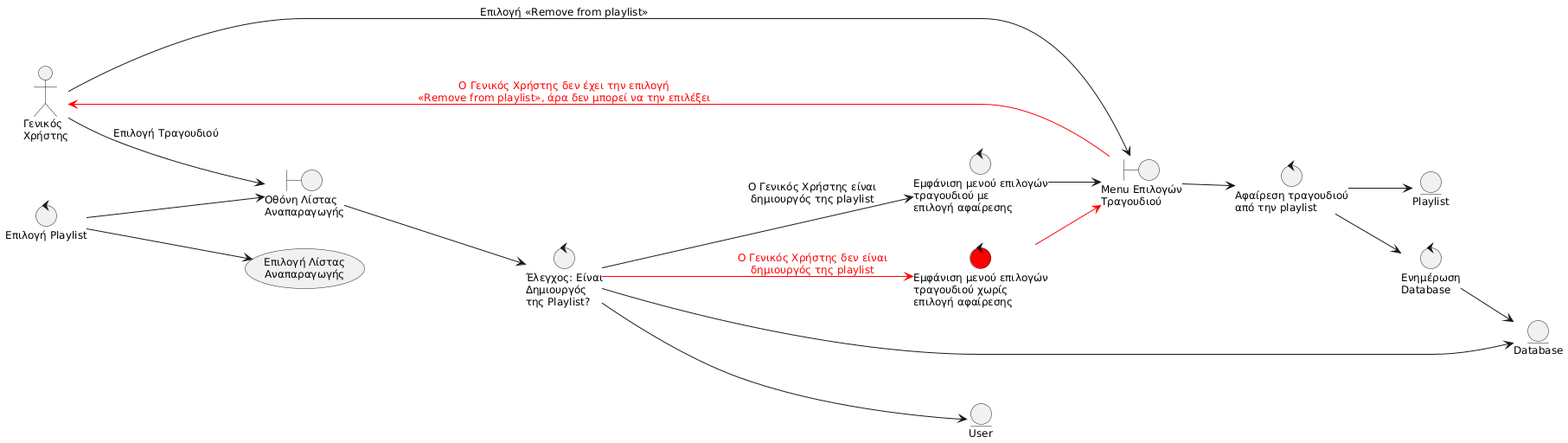
Before: Paradoteo_4/Robustness-diagrams-v0.3/5. Remove from playlist.png, a diagram exported from PlantUML (RubenKingCP/Tunix).
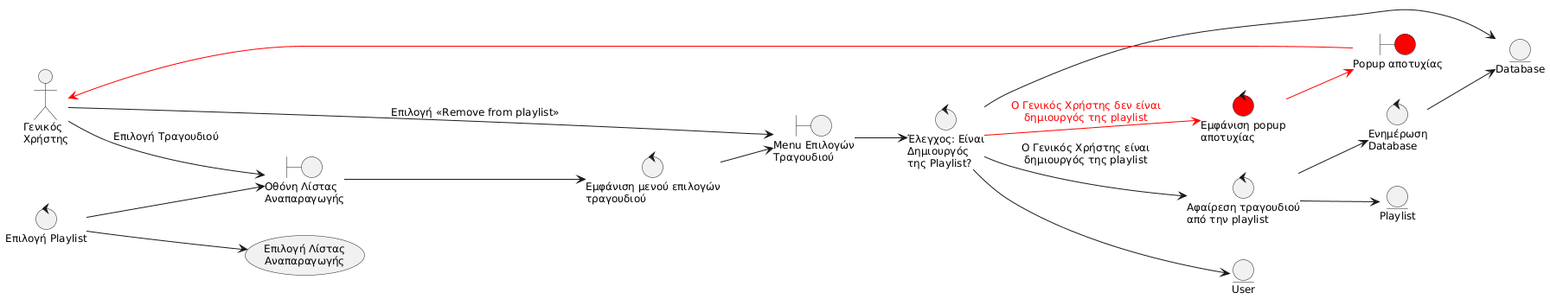
The same diagram one commit later.

What changed in the source:
```diff
@@ -6,13 +6,14 @@
 
 boundary "Οθόνη Λίστας\nΑναπαραγωγής" as B_PL
 boundary "Menu Επιλογών\nΤραγουδιού" as B_SGM
+boundary "Popup αποτυχίας" as B_ERR #red
 
 control "Επιλογή Playlist" as C_PSEL
 control "Έλεγχος: Είναι\nΔημιουργός\nτης Playlist?" as C_ISC
-control "Εμφάνιση μενού επιλογών\nτραγουδιού με\nεπιλογή αφαίρεσης" as C_WRM
+control "Εμφάνιση μενού επιλογών\nτραγουδιού" as C_WRM
 control "Αφαίρεση τραγουδιού\nαπό την playlist" as C_RM
 control "Ενημέρωση\nDatabase" as C_UPDB
-control "Εμφάνιση μενού επιλογών\nτραγουδιού χωρίς\nεπιλογή αφαίρεσης" as C_WORM #red
+control "Εμφάνιση popup\nαποτυχίας" as C_ERR #red
 
 entity "Database" as E_DB
 entity "Playlist" as E_PL
@@ -23,17 +24,17 @@
 C_PSEL --> UC_PSEL
 C_PSEL --> B_PL
 GX --> B_PL : "Επιλογή Τραγουδιού"
-B_PL --> C_ISC
+B_PL --> C_WRM
 C_ISC --> E_DB
 C_ISC --> E_USR
-C_ISC --> C_WRM : Ο Γενικός Χρήστης είναι\nδημιουργός της playlist
+C_ISC --> C_RM : Ο Γενικός Χρήστης είναι\nδημιουργός της playlist
 C_WRM --> B_SGM
 GX --> B_SGM : Επιλογή <<Remove from playlist>>
-B_SGM --> C_RM
+B_SGM --> C_ISC
 C_RM --> E_PL
 C_RM --> C_UPDB
 C_UPDB --> E_DB
-C_ISC -[#red]-> C_WORM : <font color="red">Ο Γενικός Χρήστης δεν είναι</font>\n<font color="red">δημιουργός της playlist</font>
-C_WORM -[#red]-> B_SGM
-B_SGM -[#red]-> GX : <font color="red">Ο Γενικός Χρήστης δεν έχει την επιλογή</font>\n<font color="red"><<Remove from playlist>>, άρα δεν μπορεί να την επιλέξει</font>
+C_ISC -[#red]-> C_ERR : <font color="red">Ο Γενικός Χρήστης δεν είναι</font>\n<font color="red">δημιουργός της playlist</font>
+C_ERR -[#red]-> B_ERR
+B_ERR -[#red]-> GX
 @enduml
```
